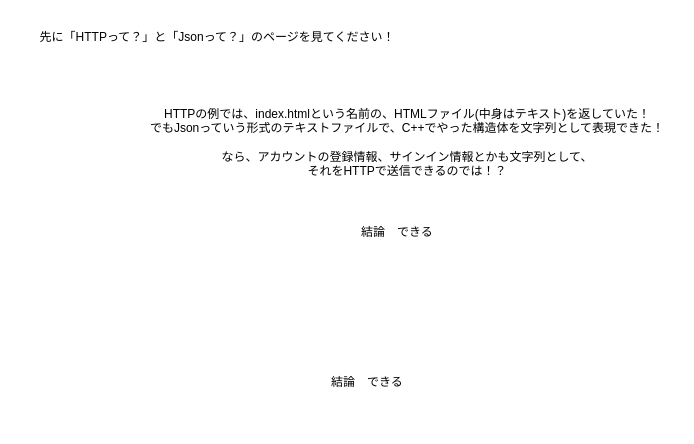
Above: page "WebAPIって？" (5 of 6) of Doc/ヒント.drawio in 3doriTea/VRTea (draw.io), before the change. Source tidied: cells renumbered, new cells numbered last; positions are measured from the earlier drawing's top-left corner, leaving out a move shared by most shapes. Both pictures are drawn from the tidied source at 100%, with x=0, y=0 at pixel (17, 17).
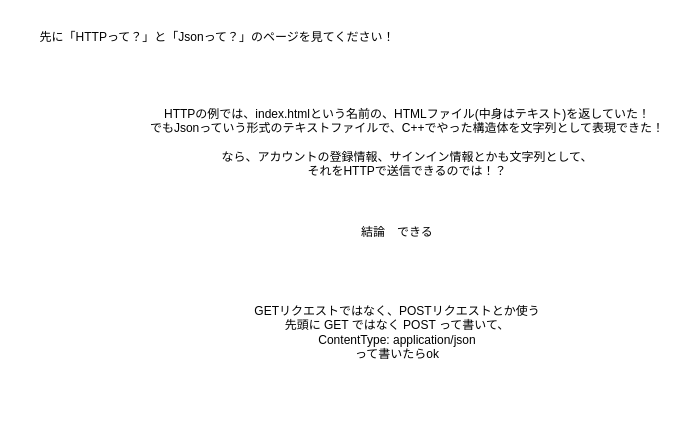
The same diagram, later.

Change to the diagram source:
```diff
@@
 <mxGraphModel>
   <root>
     <mxCell id="0" />
     <mxCell id="1" parent="0" />
     <mxCell id="2" value="先に「&lt;span style=&quot;background-color: transparent; color: light-dark(rgb(0, 0, 0), rgb(255, 255, 255));&quot;&gt;HTTPって？」と「Jsonって？」のページを見てください！&lt;/span&gt;" style="text;html=1;whiteSpace=wrap;strokeColor=none;fillColor=none;align=center;verticalAlign=middle;rounded=0;" parent="1" vertex="1">
       <mxGeometry width="400" height="40" as="geometry" />
     </mxCell>
     <mxCell id="3" value="HTTPの例では、index.htmlという名前の、HTMLファイル(中身はテキスト)を返していた！&lt;div&gt;でもJsonっていう形式のテキストファイルで、C++でやった構造体を文字列として表現できた！&lt;/div&gt;&lt;div&gt;&lt;br&gt;&lt;/div&gt;&lt;div&gt;なら、アカウントの登録情報、サインイン情報とかも文字列として、&lt;/div&gt;&lt;div&gt;それをHTTPで送信できるのでは！？&lt;/div&gt;" style="text;html=1;whiteSpace=wrap;strokeColor=none;fillColor=none;align=center;verticalAlign=middle;rounded=0;" parent="1" vertex="1">
       <mxGeometry x="120" y="80" width="540" height="90" as="geometry" />
     </mxCell>
     <mxCell id="4" value="結論　できる" style="text;html=1;whiteSpace=wrap;strokeColor=none;fillColor=none;align=center;verticalAlign=middle;rounded=0;" parent="1" vertex="1">
       <mxGeometry x="110" y="170" width="540" height="90" as="geometry" />
     </mxCell>
-    <mxCell id="5" value="結論　できる" style="text;html=1;whiteSpace=wrap;strokeColor=none;fillColor=none;align=center;verticalAlign=middle;rounded=0;" parent="1" vertex="1">
-      <mxGeometry x="80" y="320" width="540" height="90" as="geometry" />
+    <mxCell id="5" value="GETリクエストではなく、POSTリクエストとか使う&lt;div&gt;先頭に GET ではなく POST って書いて、&lt;/div&gt;&lt;div&gt;ContentType: application/json&lt;/div&gt;&lt;div&gt;って書いたらok&lt;/div&gt;" style="text;html=1;whiteSpace=wrap;strokeColor=none;fillColor=none;align=center;verticalAlign=middle;rounded=0;" parent="1" vertex="1">
+      <mxGeometry x="110" y="270" width="540" height="90" as="geometry" />
     </mxCell>
   </root>
 </mxGraphModel>
```
